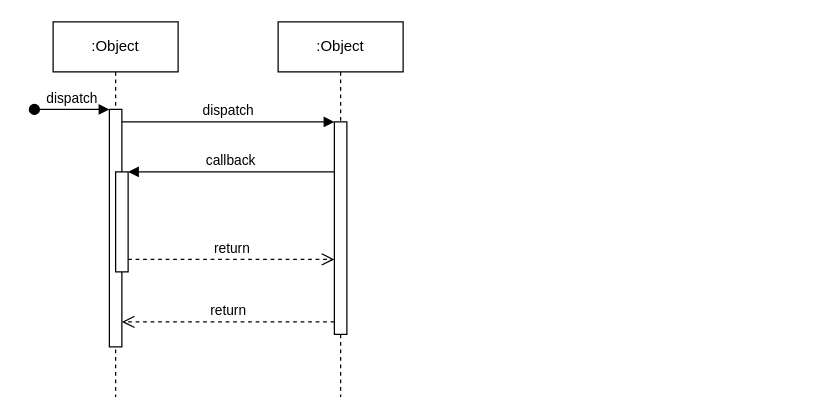
Above: RentaVehiculosAS2.drawio in delarocafrankUMG/ProyectoAS1 (draw.io), before the change. Source tidied: cells renumbered, new cells numbered last; positions are measured from the earlier drawing's top-left corner, leaving out a move shared by most shapes. Both pictures are drawn from the tidied source at 125%, with x=0, y=0 at pixel (34, 21).
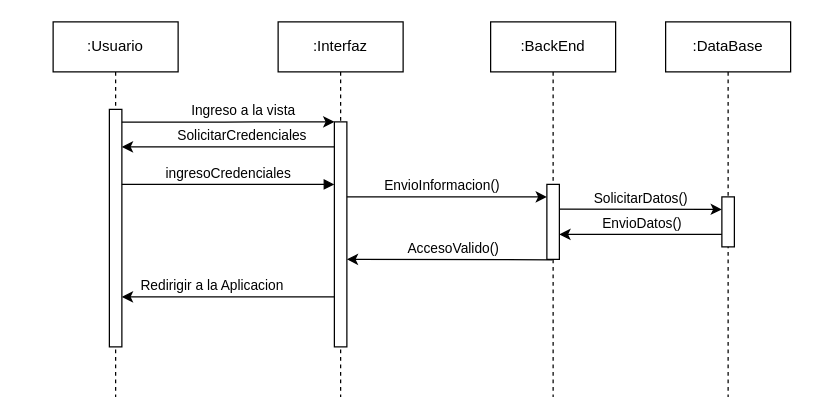
After the change.

Unchanged cells that the change refers to:
```xml
<mxCell id="3" style="html=1;points=[];perimeter=orthogonalPerimeter;outlineConnect=0;targetShapes=umlLifeline;portConstraint=eastwest;newEdgeStyle={&quot;edgeStyle&quot;:&quot;elbowEdgeStyle&quot;,&quot;elbow&quot;:&quot;vertical&quot;,&quot;curved&quot;:0,&quot;rounded&quot;:0};" parent="2" vertex="1">
  <mxGeometry x="45" y="70" width="10" height="190" as="geometry" />
</mxCell>
```

What changed in the source:
```diff
@@
+    <mxCell id="12" style="edgeStyle=elbowEdgeStyle;rounded=0;orthogonalLoop=1;jettySize=auto;html=1;elbow=horizontal;curved=0;" parent="1" edge="1">
+      <mxGeometry relative="1" as="geometry">
+        <mxPoint x="64.9" y="80.1" as="sourcePoint" />
+        <mxPoint x="240" y="80" as="targetPoint" />
+      </mxGeometry>
+    </mxCell>
+    <mxCell id="13" value="Ingreso a la vista" style="edgeLabel;html=1;align=center;verticalAlign=middle;" parent="12" vertex="1">
+      <mxGeometry x="0.17" y="1" relative="1" as="geometry">
+        <mxPoint y="-9" as="offset" />
+      </mxGeometry>
+    </mxCell>
-    <mxCell id="2" value=":Object" style="shape=umlLifeline;perimeter=lifelinePerimeter;whiteSpace=wrap;html=1;newEdgeStyle={&quot;edgeStyle&quot;:&quot;elbowEdgeStyle&quot;,&quot;elbow&quot;:&quot;vertical&quot;,&quot;curved&quot;:0,&quot;rounded&quot;:0};" parent="1" vertex="1">
+    <mxCell id="2" value=":Usuario" style="shape=umlLifeline;perimeter=lifelinePerimeter;whiteSpace=wrap;html=1;newEdgeStyle={&quot;edgeStyle&quot;:&quot;elbowEdgeStyle&quot;,&quot;elbow&quot;:&quot;vertical&quot;,&quot;curved&quot;:0,&quot;rounded&quot;:0};" parent="1" vertex="1">
       <mxGeometry x="15" width="100" height="300" as="geometry" />
     </mxCell>
@@
-    <mxCell id="4" value="dispatch" style="html=1;verticalAlign=bottom;startArrow=oval;endArrow=block;startSize=8;edgeStyle=elbowEdgeStyle;elbow=vertical;curved=0;rounded=0;" parent="2" edge="1" target="3">
-      <mxGeometry relative="1" as="geometry">
-        <mxPoint x="-15" y="70" as="sourcePoint" />
-      </mxGeometry>
-    </mxCell>
-    <mxCell id="5" style="html=1;points=[];perimeter=orthogonalPerimeter;outlineConnect=0;targetShapes=umlLifeline;portConstraint=eastwest;newEdgeStyle={&quot;edgeStyle&quot;:&quot;elbowEdgeStyle&quot;,&quot;elbow&quot;:&quot;vertical&quot;,&quot;curved&quot;:0,&quot;rounded&quot;:0};" parent="2" vertex="1">
-      <mxGeometry x="50" y="120" width="10" height="80" as="geometry" />
-    </mxCell>
+    <mxCell id="14" style="edgeStyle=elbowEdgeStyle;rounded=0;orthogonalLoop=1;jettySize=auto;html=1;elbow=vertical;curved=0;" parent="1" edge="1">
+      <mxGeometry relative="1" as="geometry">
+        <mxPoint x="244.5" y="100" as="sourcePoint" />
+        <mxPoint x="70" y="100" as="targetPoint" />
+        <Array as="points">
+          <mxPoint x="75" y="100" />
+        </Array>
+      </mxGeometry>
+    </mxCell>
+    <mxCell id="15" value="SolicitarCredenciales" style="edgeLabel;html=1;align=center;verticalAlign=middle;" parent="14" vertex="1">
+      <mxGeometry x="-0.16" relative="1" as="geometry">
+        <mxPoint x="-6" y="-10" as="offset" />
+      </mxGeometry>
+    </mxCell>
+    <mxCell id="16" style="edgeStyle=elbowEdgeStyle;rounded=0;orthogonalLoop=1;jettySize=auto;html=1;elbow=vertical;curved=0;" parent="1" edge="1">
+      <mxGeometry relative="1" as="geometry">
+        <mxPoint x="244.5" y="220" as="sourcePoint" />
+        <mxPoint x="70" y="220" as="targetPoint" />
+        <Array as="points">
+          <mxPoint x="135" y="220" />
+          <mxPoint x="65" y="150" />
+        </Array>
+      </mxGeometry>
+    </mxCell>
+    <mxCell id="17" value="Redirigir a la Aplicacion" style="edgeLabel;html=1;align=center;verticalAlign=middle;" parent="16" vertex="1">
+      <mxGeometry x="0.63" relative="1" as="geometry">
+        <mxPoint x="39" y="-10" as="offset" />
+      </mxGeometry>
+    </mxCell>
-    <mxCell id="6" value=":Object" style="shape=umlLifeline;perimeter=lifelinePerimeter;whiteSpace=wrap;html=1;newEdgeStyle={&quot;edgeStyle&quot;:&quot;elbowEdgeStyle&quot;,&quot;elbow&quot;:&quot;vertical&quot;,&quot;curved&quot;:0,&quot;rounded&quot;:0};" parent="1" vertex="1">
+    <mxCell id="6" value=":Interfaz" style="shape=umlLifeline;perimeter=lifelinePerimeter;whiteSpace=wrap;html=1;newEdgeStyle={&quot;edgeStyle&quot;:&quot;elbowEdgeStyle&quot;,&quot;elbow&quot;:&quot;vertical&quot;,&quot;curved&quot;:0,&quot;rounded&quot;:0};" parent="1" vertex="1">
       <mxGeometry x="195" width="100" height="300" as="geometry" />
     </mxCell>
     <mxCell id="7" style="html=1;points=[];perimeter=orthogonalPerimeter;outlineConnect=0;targetShapes=umlLifeline;portConstraint=eastwest;newEdgeStyle={&quot;edgeStyle&quot;:&quot;elbowEdgeStyle&quot;,&quot;elbow&quot;:&quot;vertical&quot;,&quot;curved&quot;:0,&quot;rounded&quot;:0};" parent="6" vertex="1">
-      <mxGeometry x="45" y="80" width="10" height="170" as="geometry" />
+      <mxGeometry x="45" y="80" width="10" height="180" as="geometry" />
     </mxCell>
-    <mxCell id="8" value="dispatch" style="html=1;verticalAlign=bottom;endArrow=block;edgeStyle=elbowEdgeStyle;elbow=vertical;curved=0;rounded=0;" parent="1" edge="1" source="3" target="7">
+    <mxCell id="8" value="ingresoCredenciales" style="html=1;verticalAlign=bottom;endArrow=block;edgeStyle=elbowEdgeStyle;elbow=vertical;curved=0;rounded=0;" parent="1" edge="1">
       <mxGeometry relative="1" as="geometry">
+        <mxPoint x="70" y="130" as="sourcePoint" />
+        <mxPoint x="240" y="130" as="targetPoint" />
         <Array as="points">
-          <mxPoint x="155" y="80" />
+          <mxPoint x="155" y="130" />
         </Array>
       </mxGeometry>
     </mxCell>
-    <mxCell id="9" value="return" style="html=1;verticalAlign=bottom;endArrow=open;dashed=1;endSize=8;edgeStyle=elbowEdgeStyle;elbow=vertical;curved=0;rounded=0;" parent="1" edge="1" source="7" target="3">
-      <mxGeometry relative="1" as="geometry">
-        <Array as="points">
-          <mxPoint x="165" y="240" />
-        </Array>
-      </mxGeometry>
-    </mxCell>
-    <mxCell id="10" value="callback" style="html=1;verticalAlign=bottom;endArrow=block;edgeStyle=elbowEdgeStyle;elbow=vertical;curved=0;rounded=0;" parent="1" edge="1" source="7" target="5">
-      <mxGeometry relative="1" as="geometry">
-        <Array as="points">
-          <mxPoint x="165" y="120" />
-        </Array>
-      </mxGeometry>
-    </mxCell>
-    <mxCell id="11" value="return" style="html=1;verticalAlign=bottom;endArrow=open;dashed=1;endSize=8;edgeStyle=elbowEdgeStyle;elbow=vertical;curved=0;rounded=0;" parent="1" edge="1" source="5" target="7">
-      <mxGeometry relative="1" as="geometry">
-        <Array as="points">
-          <mxPoint x="155" y="190" />
-        </Array>
-      </mxGeometry>
-    </mxCell>
+    <mxCell id="18" style="edgeStyle=elbowEdgeStyle;rounded=0;orthogonalLoop=1;jettySize=auto;html=1;elbow=vertical;curved=0;" parent="1" edge="1">
+      <mxGeometry relative="1" as="geometry">
+        <mxPoint x="414.5" y="190.3" as="sourcePoint" />
+        <mxPoint x="250" y="190.3" as="targetPoint" />
+      </mxGeometry>
+    </mxCell>
+    <mxCell id="19" value="AccesoValido()" style="edgeLabel;html=1;align=center;verticalAlign=middle;" parent="18" vertex="1">
+      <mxGeometry x="-0.59" y="-2" relative="1" as="geometry">
+        <mxPoint x="-46" y="-8" as="offset" />
+      </mxGeometry>
+    </mxCell>
+    <mxCell id="20" style="edgeStyle=elbowEdgeStyle;rounded=0;orthogonalLoop=1;jettySize=auto;html=1;elbow=vertical;curved=0;" parent="1" edge="1">
+      <mxGeometry relative="1" as="geometry">
+        <mxPoint x="414.9" y="149.7" as="sourcePoint" />
+        <mxPoint x="550" y="149.7" as="targetPoint" />
+      </mxGeometry>
+    </mxCell>
+    <mxCell id="21" value="SolicitarDatos()" style="edgeLabel;html=1;align=center;verticalAlign=middle;" parent="20" vertex="1">
+      <mxGeometry x="-0.23" y="1" relative="1" as="geometry">
+        <mxPoint x="18" y="-9" as="offset" />
+      </mxGeometry>
+    </mxCell>
+    <mxCell id="22" value=":BackEnd" style="shape=umlLifeline;perimeter=lifelinePerimeter;whiteSpace=wrap;html=1;newEdgeStyle={&quot;edgeStyle&quot;:&quot;elbowEdgeStyle&quot;,&quot;elbow&quot;:&quot;vertical&quot;,&quot;curved&quot;:0,&quot;rounded&quot;:0};" parent="1" vertex="1">
+      <mxGeometry x="365" width="100" height="300" as="geometry" />
+    </mxCell>
+    <mxCell id="23" style="html=1;perimeter=orthogonalPerimeter;targetShapes=umlLifeline;newEdgeStyle={&quot;edgeStyle&quot;:&quot;elbowEdgeStyle&quot;,&quot;elbow&quot;:&quot;vertical&quot;,&quot;curved&quot;:0,&quot;rounded&quot;:0};" parent="22" vertex="1">
+      <mxGeometry x="45" y="130" width="10" height="60" as="geometry" />
+    </mxCell>
+    <mxCell id="24" style="edgeStyle=elbowEdgeStyle;rounded=0;orthogonalLoop=1;jettySize=auto;html=1;elbow=vertical;curved=0;" parent="1" edge="1">
+      <mxGeometry relative="1" as="geometry">
+        <mxPoint x="250" y="140" as="sourcePoint" />
+        <mxPoint x="410" y="140" as="targetPoint" />
+      </mxGeometry>
+    </mxCell>
+    <mxCell id="25" value="EnvioInformacion()" style="edgeLabel;html=1;align=center;verticalAlign=middle;" parent="24" vertex="1">
+      <mxGeometry x="-0.4" relative="1" as="geometry">
+        <mxPoint x="27" y="-10" as="offset" />
+      </mxGeometry>
+    </mxCell>
+    <mxCell id="26" style="edgeStyle=elbowEdgeStyle;rounded=0;orthogonalLoop=1;jettySize=auto;html=1;elbow=vertical;curved=0;" parent="1" edge="1">
+      <mxGeometry relative="1" as="geometry">
+        <mxPoint x="554.5" y="170" as="sourcePoint" />
+        <mxPoint x="420" y="170" as="targetPoint" />
+      </mxGeometry>
+    </mxCell>
+    <mxCell id="27" value="EnvioDatos()" style="edgeLabel;html=1;align=center;verticalAlign=middle;" parent="26" vertex="1">
+      <mxGeometry x="0.18" y="-1" relative="1" as="geometry">
+        <mxPoint x="10" y="-9" as="offset" />
+      </mxGeometry>
+    </mxCell>
+    <mxCell id="28" value=":DataBase" style="shape=umlLifeline;perimeter=lifelinePerimeter;whiteSpace=wrap;html=1;newEdgeStyle={&quot;edgeStyle&quot;:&quot;elbowEdgeStyle&quot;,&quot;elbow&quot;:&quot;vertical&quot;,&quot;curved&quot;:0,&quot;rounded&quot;:0};" parent="1" vertex="1">
+      <mxGeometry x="505" width="100" height="300" as="geometry" />
+    </mxCell>
+    <mxCell id="29" style="html=1;perimeter=orthogonalPerimeter;targetShapes=umlLifeline;newEdgeStyle={&quot;edgeStyle&quot;:&quot;elbowEdgeStyle&quot;,&quot;elbow&quot;:&quot;vertical&quot;,&quot;curved&quot;:0,&quot;rounded&quot;:0};" parent="28" vertex="1">
+      <mxGeometry x="45" y="140" width="10" height="40" as="geometry" />
+    </mxCell>
```
